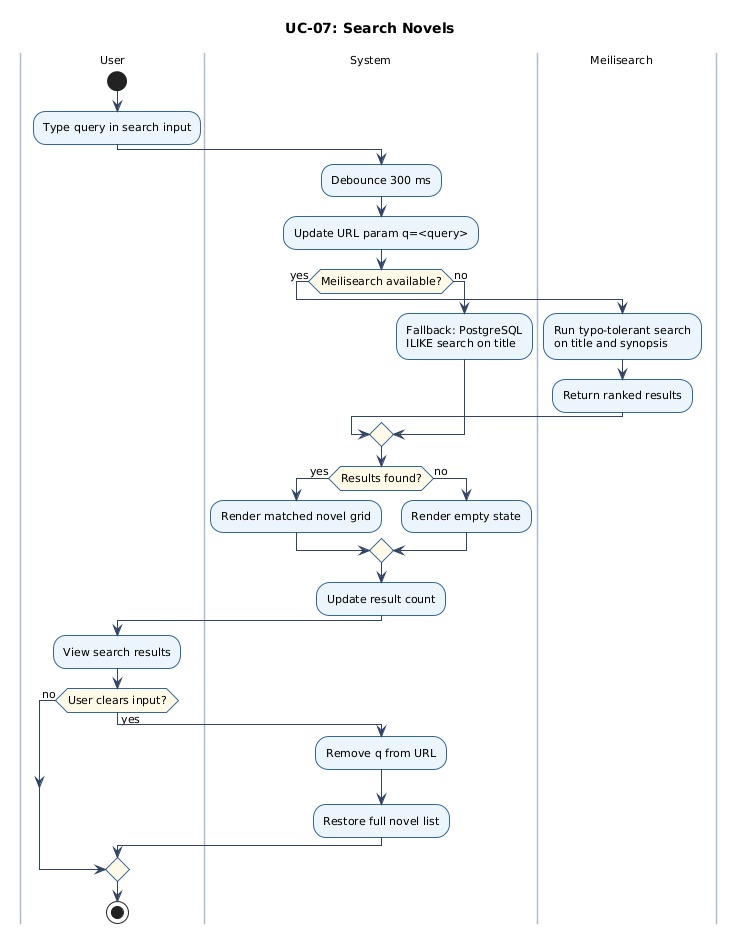
Before: docs/figures/uc-07-activity.png, a diagram exported from PlantUML (chinhbmt122/Software-Architecture). Its diagram source:
```plantuml
@startuml
skinparam defaultFontName Arial
skinparam defaultFontSize 11
skinparam ArrowColor #334466
skinparam ActivityBorderColor #336699
skinparam ActivityBackgroundColor #EBF4FA
skinparam ActivityBorderThickness 1
skinparam ActivityDiamondBorderColor #336699
skinparam ActivityDiamondBackgroundColor #FFF9E6
skinparam NoteBackgroundColor #FFFCE0
skinparam NoteBorderColor #CCBB00
skinparam swimlaneBorderColor #AABBCC
skinparam swimlaneWidth 160
skinparam shadowing false
title UC-07: Search Novels
|User|
start
:Type query in search input;
|System|
:Debounce 300 ms;
:Update URL param q=<query>;
if (Meilisearch available?) then (yes)
  |Meilisearch|
  :Run typo-tolerant search\non title and synopsis;
  :Return ranked results;
  |System|
else (no)
  :Fallback: PostgreSQL\nILIKE search on title;
endif
if (Results found?) then (yes)
  :Render matched novel grid;
else (no)
  :Render empty state;
endif
:Update result count;
|User|
:View search results;
if (User clears input?) then (yes)
  |System|
  :Remove q from URL;
  :Restore full novel list;
  |User|
else (no)
endif
stop
@enduml
```
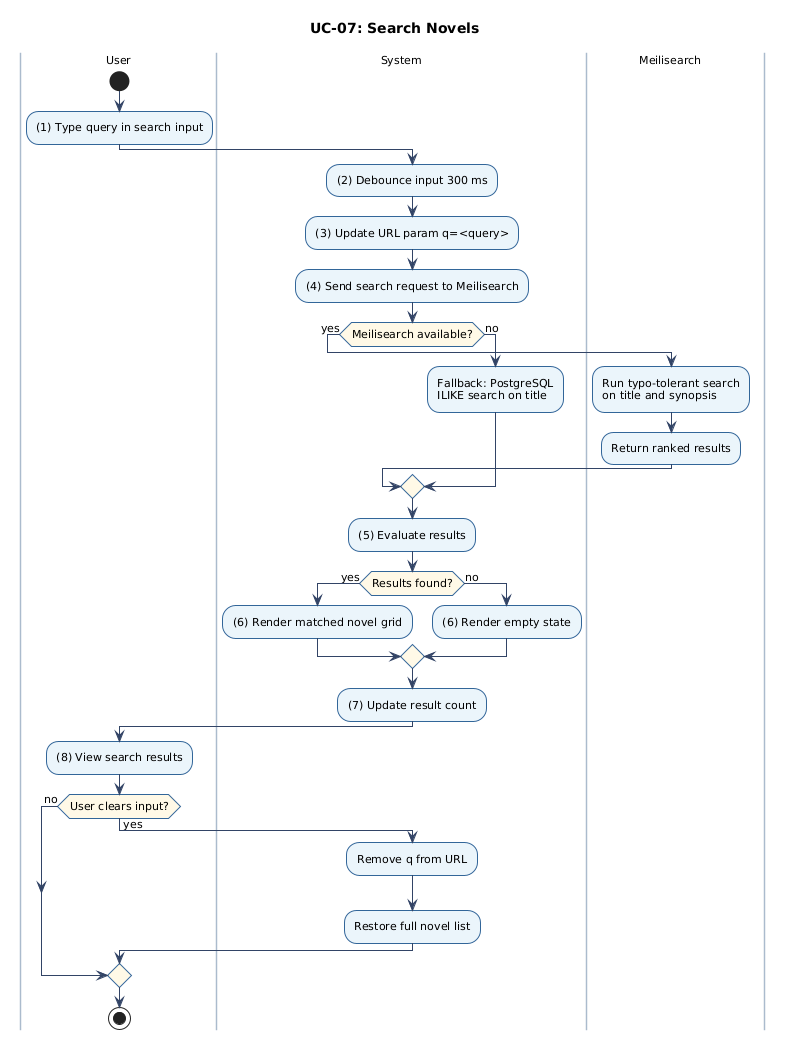
After the commit.

Change to the diagram source:
```diff
@@ -15,10 +15,11 @@
 title UC-07: Search Novels
 |User|
 start
-:Type query in search input;
+:(1) Type query in search input;
 |System|
-:Debounce 300 ms;
-:Update URL param q=<query>;
+:(2) Debounce input 300 ms;
+:(3) Update URL param q=<query>;
+:(4) Send search request to Meilisearch;
 if (Meilisearch available?) then (yes)
   |Meilisearch|
   :Run typo-tolerant search\non title and synopsis;
@@ -27,14 +28,15 @@
 else (no)
   :Fallback: PostgreSQL\nILIKE search on title;
 endif
+:(5) Evaluate results;
 if (Results found?) then (yes)
-  :Render matched novel grid;
+  :(6) Render matched novel grid;
 else (no)
-  :Render empty state;
+  :(6) Render empty state;
 endif
-:Update result count;
+:(7) Update result count;
 |User|
-:View search results;
+:(8) View search results;
 if (User clears input?) then (yes)
   |System|
   :Remove q from URL;
```
